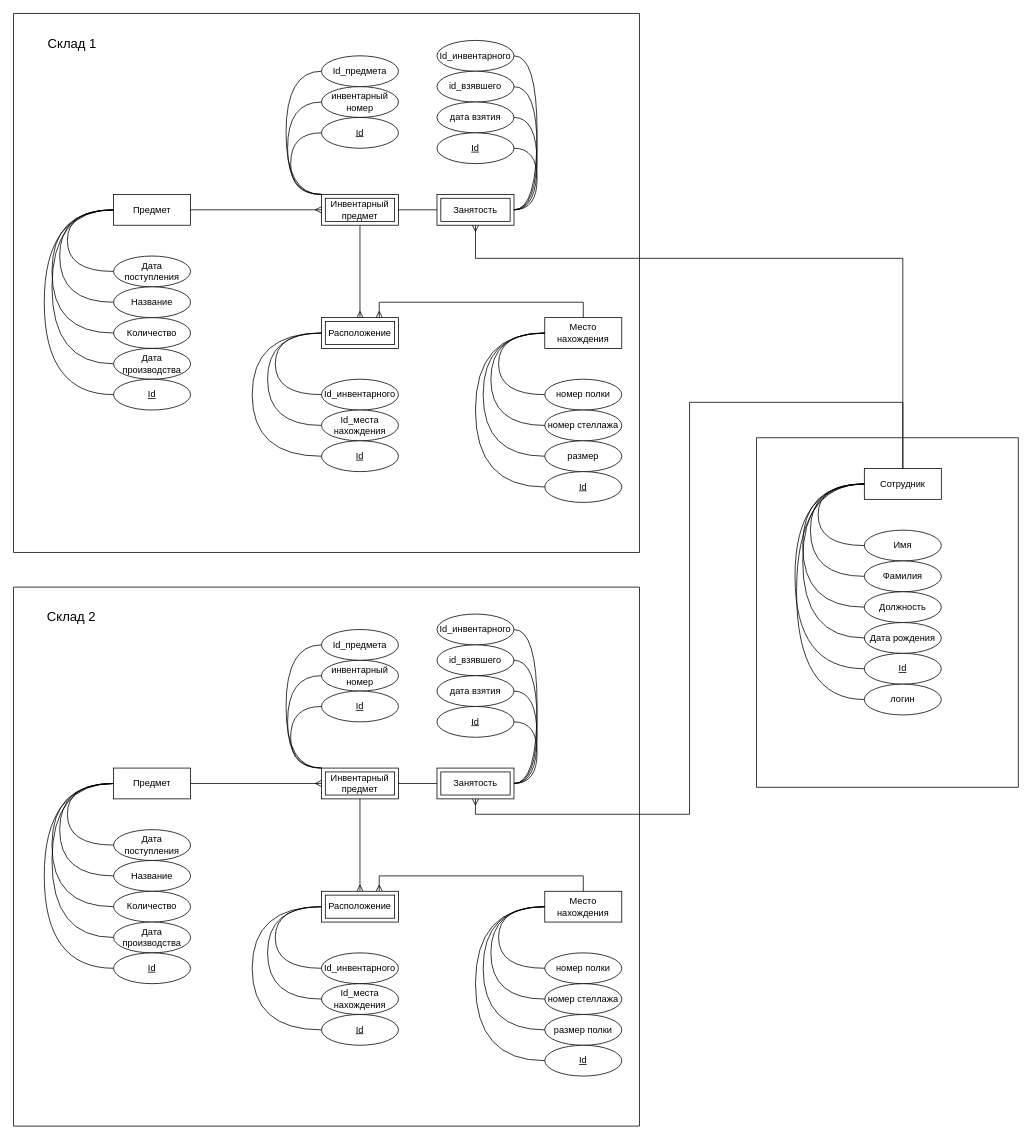
This is page "Страница 1" (1 of 3) of lab1/ER PPO.drawio from seregadanser/BMSTU_PPO, a draw.io file, before an edit. Source tidied: cells renumbered, new cells numbered last; positions are measured from the earlier drawing's top-left corner, leaving out a move shared by most shapes. Both pictures are drawn from the tidied source at 77%, with x=0, y=0 at pixel (13, 13).
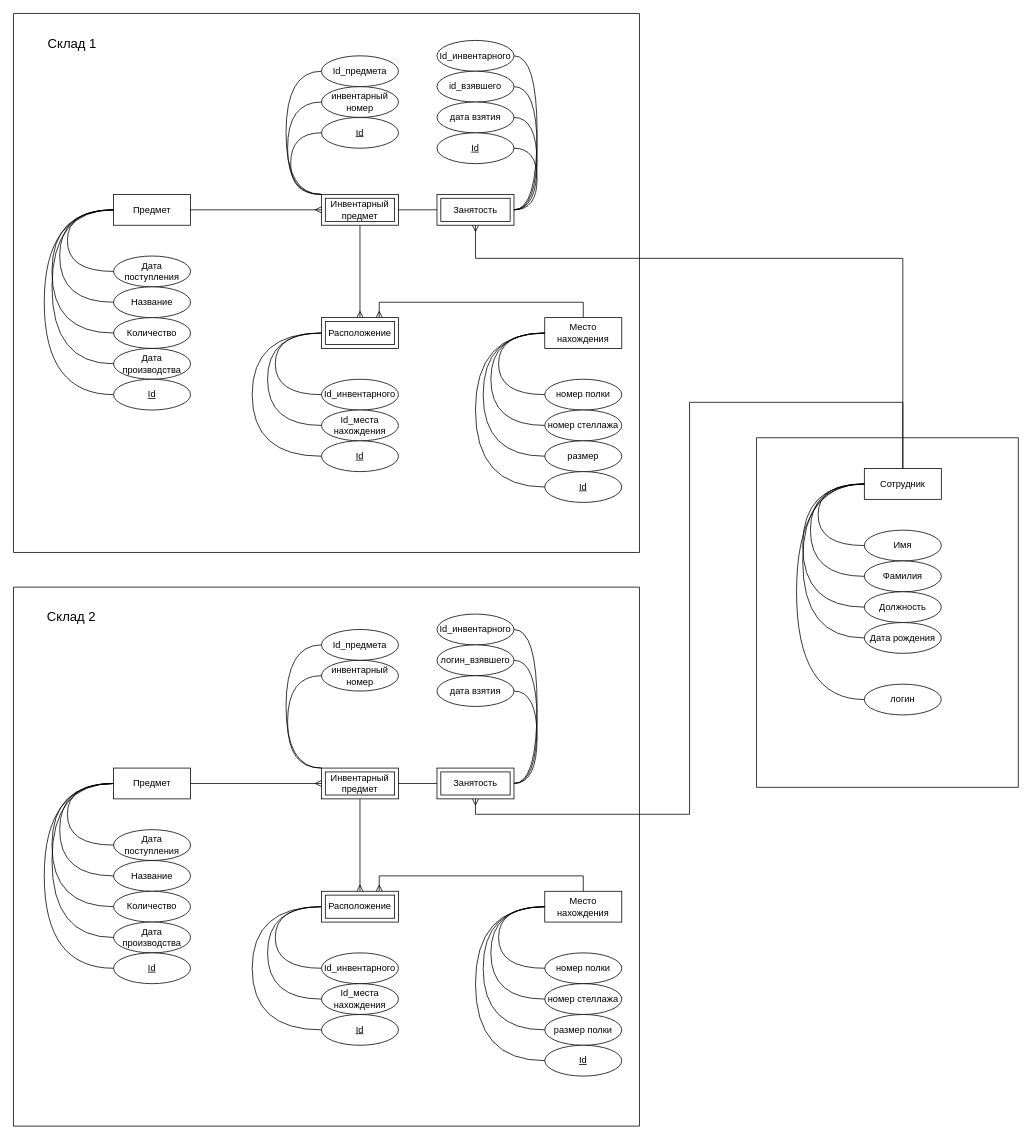
Above is the later version.

Unchanged cells that the change refers to:
```xml
<mxCell id="2" style="swimlane;startSize=0;" parent="1" vertex="1">
  <mxGeometry y="745" width="813" height="700" as="geometry" />
</mxCell>
<mxCell id="16" value="Инвентарный предмет" style="shape=ext;margin=3;double=1;whiteSpace=wrap;html=1;align=center;" parent="2" vertex="1">
  <mxGeometry x="400" y="235" width="100" height="40" as="geometry" />
</mxCell>
<mxCell id="22" value="Занятость" style="shape=ext;margin=3;double=1;whiteSpace=wrap;html=1;align=center;" parent="2" vertex="1">
  <mxGeometry x="550" y="235" width="100" height="40" as="geometry" />
</mxCell>
<mxCell id="51" style="swimlane;startSize=0;fontSize=17;" parent="1" vertex="1">
  <mxGeometry x="965" y="551" width="340" height="454" as="geometry" />
</mxCell>
<mxCell id="53" value="Сотрудник" style="whiteSpace=wrap;html=1;align=center;" parent="51" vertex="1">
  <mxGeometry x="140" y="40" width="100" height="40" as="geometry" />
</mxCell>
```

Change to the diagram source:
```diff
@@
-    <mxCell id="20" value="Id" style="ellipse;whiteSpace=wrap;html=1;align=center;fontStyle=4;" parent="2" vertex="1">
-      <mxGeometry x="400" y="135" width="100" height="40" as="geometry" />
-    </mxCell>
-    <mxCell id="21" style="edgeStyle=orthogonalEdgeStyle;curved=1;rounded=0;jettySize=auto;html=1;exitX=0;exitY=0;exitDx=0;exitDy=0;entryX=0;entryY=0.5;entryDx=0;entryDy=0;endArrow=none;endFill=0;" parent="2" edge="1" source="16" target="20">
-      <mxGeometry relative="1" as="geometry">
-        <Array as="points">
-          <mxPoint x="360" y="235" />
-          <mxPoint x="360" y="155" />
-        </Array>
-      </mxGeometry>
-    </mxCell>
@@
-    <mxCell id="26" value="id_взявшего" style="ellipse;whiteSpace=wrap;html=1;align=center;" parent="2" vertex="1">
+    <mxCell id="26" value="логин_взявшего" style="ellipse;whiteSpace=wrap;html=1;align=center;" parent="2" vertex="1">
       <mxGeometry x="550" y="75" width="100" height="40" as="geometry" />
     </mxCell>
@@
-    <mxCell id="30" value="Id" style="ellipse;whiteSpace=wrap;html=1;align=center;fontStyle=4;" parent="2" vertex="1">
-      <mxGeometry x="550" y="155" width="100" height="40" as="geometry" />
-    </mxCell>
-    <mxCell id="31" style="edgeStyle=orthogonalEdgeStyle;rounded=0;jettySize=auto;html=1;exitX=1;exitY=0.5;exitDx=0;exitDy=0;entryX=1;entryY=0.5;entryDx=0;entryDy=0;endArrow=none;endFill=0;curved=1;" parent="2" edge="1" source="22" target="30">
-      <mxGeometry relative="1" as="geometry">
-        <Array as="points">
-          <mxPoint x="680" y="255" />
-          <mxPoint x="680" y="175" />
-        </Array>
-      </mxGeometry>
-    </mxCell>
@@
-    <mxCell id="58" value="Id" style="ellipse;whiteSpace=wrap;html=1;align=center;fontStyle=4;" parent="51" vertex="1">
-      <mxGeometry x="140" y="280" width="100" height="40" as="geometry" />
-    </mxCell>
@@
-    <mxCell id="62" style="endArrow=none;html=1;rounded=0;curved=1;entryX=0;entryY=0.5;entryDx=0;entryDy=0;edgeStyle=orthogonalEdgeStyle;exitX=0;exitY=0.5;exitDx=0;exitDy=0;" parent="51" edge="1" source="58" target="53">
-      <mxGeometry relative="1" as="geometry">
-        <Array as="points">
-          <mxPoint x="50" y="300" />
-          <mxPoint x="50" y="60" />
-        </Array>
-      </mxGeometry>
-    </mxCell>
```
